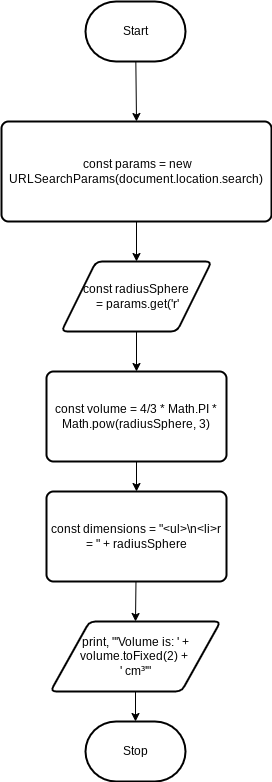
Earlier version of the draw.io export design/flowchart.png (Evgeny-Vovk/ICS2O-Unit6-04-HTML-Extra). Source tidied: cells renumbered, new cells last; positions are measured from the earlier drawing's top-left corner, leaving out a move shared by most shapes. Its diagram source:
```xml
<mxGraphModel>
  <root>
    <mxCell id="0" />
    <mxCell id="1" parent="0" />
    <mxCell id="2" style="edgeStyle=none;html=1;entryX=0.5;entryY=0;entryDx=0;entryDy=0;" parent="1" edge="1" source="3" target="5">
      <mxGeometry relative="1" as="geometry" />
    </mxCell>
    <mxCell id="3" value="Start" style="strokeWidth=2;html=1;shape=mxgraph.flowchart.terminator;whiteSpace=wrap;" parent="1" vertex="1">
      <mxGeometry x="84" width="100" height="60" as="geometry" />
    </mxCell>
    <mxCell id="4" style="edgeStyle=none;html=1;entryX=0.5;entryY=0;entryDx=0;entryDy=0;" parent="1" edge="1" source="5">
      <mxGeometry relative="1" as="geometry">
        <mxPoint x="135" y="260" as="targetPoint" />
      </mxGeometry>
    </mxCell>
    <mxCell id="5" value="&amp;nbsp;const params = new URLSearchParams(document.location.search)" style="rounded=1;whiteSpace=wrap;html=1;absoluteArcSize=1;arcSize=14;strokeWidth=2;" parent="1" vertex="1">
      <mxGeometry y="120" width="270" height="100" as="geometry" />
    </mxCell>
    <mxCell id="6" style="edgeStyle=none;html=1;entryX=0.5;entryY=0;entryDx=0;entryDy=0;" parent="1" edge="1" target="8">
      <mxGeometry relative="1" as="geometry">
        <mxPoint x="135" y="330" as="sourcePoint" />
      </mxGeometry>
    </mxCell>
    <mxCell id="7" style="edgeStyle=none;html=1;entryX=0.5;entryY=0;entryDx=0;entryDy=0;" parent="1" edge="1" source="8" target="10">
      <mxGeometry relative="1" as="geometry" />
    </mxCell>
    <mxCell id="8" value="const volume = 4/3 * Math.PI * Math.pow(radiusSphere, 3)" style="rounded=1;whiteSpace=wrap;html=1;absoluteArcSize=1;arcSize=14;strokeWidth=2;" parent="1" vertex="1">
      <mxGeometry x="45" y="370" width="180" height="90" as="geometry" />
    </mxCell>
    <mxCell id="9" style="edgeStyle=none;html=1;entryX=0.5;entryY=0;entryDx=0;entryDy=0;" parent="1" edge="1" source="10" target="12">
      <mxGeometry relative="1" as="geometry" />
    </mxCell>
    <mxCell id="10" value="const dimensions = &quot;&amp;lt;ul&amp;gt;\n&amp;lt;li&amp;gt;r = &quot; + radiusSphere" style="rounded=1;whiteSpace=wrap;html=1;absoluteArcSize=1;arcSize=14;strokeWidth=2;" parent="1" vertex="1">
      <mxGeometry x="45" y="490" width="180" height="90" as="geometry" />
    </mxCell>
    <mxCell id="11" style="edgeStyle=none;html=1;entryX=0.5;entryY=0;entryDx=0;entryDy=0;entryPerimeter=0;" parent="1" edge="1" source="12" target="13">
      <mxGeometry relative="1" as="geometry" />
    </mxCell>
    <mxCell id="12" value="print, &quot;'Volume is: ' + volume.toFixed(2) + &lt;br&gt;' cm³'&quot;" style="shape=parallelogram;html=1;strokeWidth=2;perimeter=parallelogramPerimeter;whiteSpace=wrap;rounded=1;arcSize=12;size=0.23;" parent="1" vertex="1">
      <mxGeometry x="49" y="620" width="170" height="70" as="geometry" />
    </mxCell>
    <mxCell id="13" value="Stop" style="strokeWidth=2;html=1;shape=mxgraph.flowchart.terminator;whiteSpace=wrap;" parent="1" vertex="1">
      <mxGeometry x="84" y="720" width="100" height="60" as="geometry" />
    </mxCell>
    <mxCell id="14" value="&lt;span&gt;const radiusSphere&lt;br&gt;&amp;nbsp;= params.get('r'&lt;/span&gt;" style="shape=parallelogram;html=1;strokeWidth=2;perimeter=parallelogramPerimeter;whiteSpace=wrap;rounded=1;arcSize=12;size=0.23;" parent="1" vertex="1">
      <mxGeometry x="60" y="260" width="150" height="70" as="geometry" />
    </mxCell>
  </root>
</mxGraphModel>
```
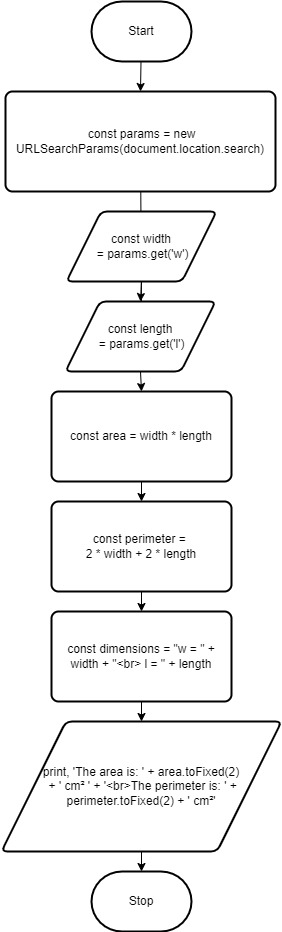
The same file after the commit.

What changed in the source:
```diff
@@ -6,7 +6,7 @@
       <mxGeometry relative="1" as="geometry" />
     </mxCell>
     <mxCell id="3" value="Start" style="strokeWidth=2;html=1;shape=mxgraph.flowchart.terminator;whiteSpace=wrap;" parent="1" vertex="1">
-      <mxGeometry x="84" width="100" height="60" as="geometry" />
+      <mxGeometry x="85" y="-50" width="100" height="60" as="geometry" />
     </mxCell>
     <mxCell id="4" style="edgeStyle=none;html=1;entryX=0.5;entryY=0;entryDx=0;entryDy=0;" parent="1" edge="1" source="5">
       <mxGeometry relative="1" as="geometry">
@@ -14,36 +14,46 @@
       </mxGeometry>
     </mxCell>
     <mxCell id="5" value="&amp;nbsp;const params = new URLSearchParams(document.location.search)" style="rounded=1;whiteSpace=wrap;html=1;absoluteArcSize=1;arcSize=14;strokeWidth=2;" parent="1" vertex="1">
-      <mxGeometry y="120" width="270" height="100" as="geometry" />
+      <mxGeometry x="-1" y="40" width="270" height="100" as="geometry" />
     </mxCell>
-    <mxCell id="6" style="edgeStyle=none;html=1;entryX=0.5;entryY=0;entryDx=0;entryDy=0;" parent="1" edge="1" target="8">
-      <mxGeometry relative="1" as="geometry">
-        <mxPoint x="135" y="330" as="sourcePoint" />
-      </mxGeometry>
-    </mxCell>
-    <mxCell id="7" style="edgeStyle=none;html=1;entryX=0.5;entryY=0;entryDx=0;entryDy=0;" parent="1" edge="1" source="8" target="10">
-      <mxGeometry relative="1" as="geometry" />
-    </mxCell>
+    <mxCell id="15" style="edgeStyle=none;html=1;exitX=0.5;exitY=1;exitDx=0;exitDy=0;entryX=0.5;entryY=0;entryDx=0;entryDy=0;" parent="1" edge="1" source="8" target="20">
+      <mxGeometry relative="1" as="geometry" />
+    </mxCell>
-    <mxCell id="8" value="const volume = 4/3 * Math.PI * Math.pow(radiusSphere, 3)" style="rounded=1;whiteSpace=wrap;html=1;absoluteArcSize=1;arcSize=14;strokeWidth=2;" parent="1" vertex="1">
-      <mxGeometry x="45" y="370" width="180" height="90" as="geometry" />
+    <mxCell id="8" value="const area = width * length" style="rounded=1;whiteSpace=wrap;html=1;absoluteArcSize=1;arcSize=14;strokeWidth=2;" parent="1" vertex="1">
+      <mxGeometry x="45" y="340" width="180" height="90" as="geometry" />
     </mxCell>
-    <mxCell id="9" style="edgeStyle=none;html=1;entryX=0.5;entryY=0;entryDx=0;entryDy=0;" parent="1" edge="1" source="10" target="12">
+    <mxCell id="9" style="edgeStyle=none;html=1;exitX=0.5;exitY=1;exitDx=0;exitDy=0;" parent="1" edge="1" source="10" target="12">
       <mxGeometry relative="1" as="geometry" />
     </mxCell>
-    <mxCell id="10" value="const dimensions = &quot;&amp;lt;ul&amp;gt;\n&amp;lt;li&amp;gt;r = &quot; + radiusSphere" style="rounded=1;whiteSpace=wrap;html=1;absoluteArcSize=1;arcSize=14;strokeWidth=2;" parent="1" vertex="1">
-      <mxGeometry x="45" y="490" width="180" height="90" as="geometry" />
+    <mxCell id="10" value="const dimensions = &quot;w = &quot; + width + &quot;&amp;lt;br&amp;gt; l = &quot; + length" style="rounded=1;whiteSpace=wrap;html=1;absoluteArcSize=1;arcSize=14;strokeWidth=2;" parent="1" vertex="1">
+      <mxGeometry x="45" y="560" width="180" height="90" as="geometry" />
     </mxCell>
     <mxCell id="11" style="edgeStyle=none;html=1;entryX=0.5;entryY=0;entryDx=0;entryDy=0;entryPerimeter=0;" parent="1" edge="1" source="12" target="13">
       <mxGeometry relative="1" as="geometry" />
     </mxCell>
-    <mxCell id="12" value="print, &quot;'Volume is: ' + volume.toFixed(2) + &lt;br&gt;' cm³'&quot;" style="shape=parallelogram;html=1;strokeWidth=2;perimeter=parallelogramPerimeter;whiteSpace=wrap;rounded=1;arcSize=12;size=0.23;" parent="1" vertex="1">
-      <mxGeometry x="49" y="620" width="170" height="70" as="geometry" />
+    <mxCell id="12" value="print, 'The area is: ' + area.toFixed(2)&lt;br&gt;&amp;nbsp;+&amp;nbsp;' cm² ' + '&amp;lt;br&amp;gt;The perimeter is: ' + perimeter.toFixed(2) + ' cm²'" style="shape=parallelogram;html=1;strokeWidth=2;perimeter=parallelogramPerimeter;whiteSpace=wrap;rounded=1;arcSize=12;size=0.23;" parent="1" vertex="1">
+      <mxGeometry x="-5" y="670" width="280" height="130" as="geometry" />
     </mxCell>
     <mxCell id="13" value="Stop" style="strokeWidth=2;html=1;shape=mxgraph.flowchart.terminator;whiteSpace=wrap;" parent="1" vertex="1">
-      <mxGeometry x="84" y="720" width="100" height="60" as="geometry" />
+      <mxGeometry x="85" y="820" width="100" height="60" as="geometry" />
     </mxCell>
+    <mxCell id="16" style="edgeStyle=none;html=1;exitX=0.5;exitY=1;exitDx=0;exitDy=0;entryX=0.5;entryY=0;entryDx=0;entryDy=0;" parent="1" edge="1" source="14" target="18">
+      <mxGeometry relative="1" as="geometry" />
+    </mxCell>
-    <mxCell id="14" value="&lt;span&gt;const radiusSphere&lt;br&gt;&amp;nbsp;= params.get('r'&lt;/span&gt;" style="shape=parallelogram;html=1;strokeWidth=2;perimeter=parallelogramPerimeter;whiteSpace=wrap;rounded=1;arcSize=12;size=0.23;" parent="1" vertex="1">
-      <mxGeometry x="60" y="260" width="150" height="70" as="geometry" />
+    <mxCell id="14" value="&lt;span&gt;const width&lt;br&gt;&amp;nbsp;= params.get('w')&lt;/span&gt;" style="shape=parallelogram;html=1;strokeWidth=2;perimeter=parallelogramPerimeter;whiteSpace=wrap;rounded=1;arcSize=12;size=0.23;" parent="1" vertex="1">
+      <mxGeometry x="60" y="160" width="150" height="70" as="geometry" />
     </mxCell>
+    <mxCell id="17" style="edgeStyle=none;html=1;exitX=0.5;exitY=1;exitDx=0;exitDy=0;entryX=0.5;entryY=0;entryDx=0;entryDy=0;" parent="1" edge="1" source="18" target="8">
+      <mxGeometry relative="1" as="geometry" />
+    </mxCell>
+    <mxCell id="18" value="&lt;span&gt;const length&lt;br&gt;&amp;nbsp;= params.get('l')&lt;/span&gt;" style="shape=parallelogram;html=1;strokeWidth=2;perimeter=parallelogramPerimeter;whiteSpace=wrap;rounded=1;arcSize=12;size=0.23;" parent="1" vertex="1">
+      <mxGeometry x="59" y="250" width="150" height="70" as="geometry" />
+    </mxCell>
+    <mxCell id="19" style="edgeStyle=none;html=1;exitX=0.5;exitY=1;exitDx=0;exitDy=0;entryX=0.5;entryY=0;entryDx=0;entryDy=0;" parent="1" edge="1" source="20" target="10">
+      <mxGeometry relative="1" as="geometry" />
+    </mxCell>
+    <mxCell id="20" value="const perimeter = &lt;br&gt;2 * width + 2 * length" style="rounded=1;whiteSpace=wrap;html=1;absoluteArcSize=1;arcSize=14;strokeWidth=2;" parent="1" vertex="1">
+      <mxGeometry x="45" y="450" width="180" height="90" as="geometry" />
+    </mxCell>
   </root>
 </mxGraphModel>
```
